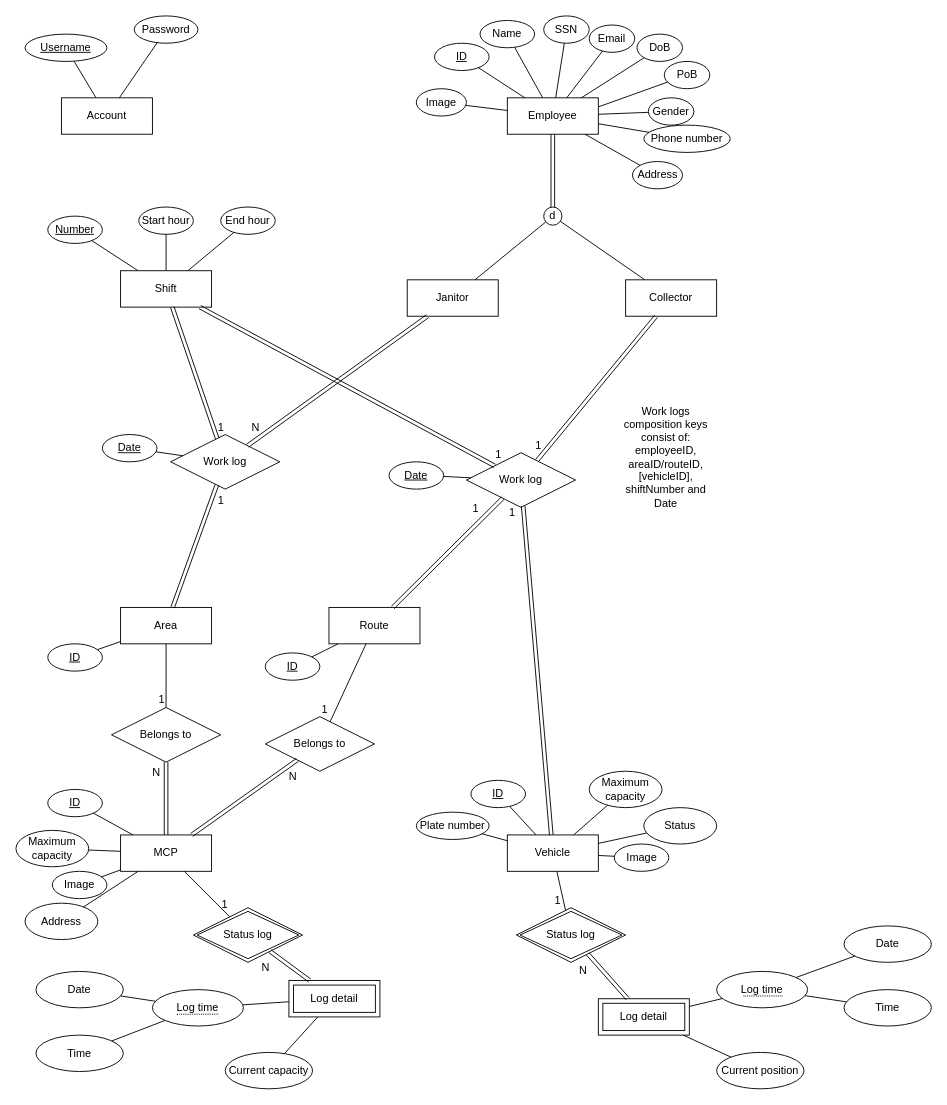
astr0tas/A-simple-chat-web-application keeps this draw.io diagram as ERD.drawio. Above is the earlier version. Source tidied: cells renumbered, new cells numbered last; positions are measured from the earlier drawing's top-left corner, leaving out a move shared by most shapes. Both pictures are drawn from the tidied source at 91%, with x=0, y=0 at pixel (15, 15).
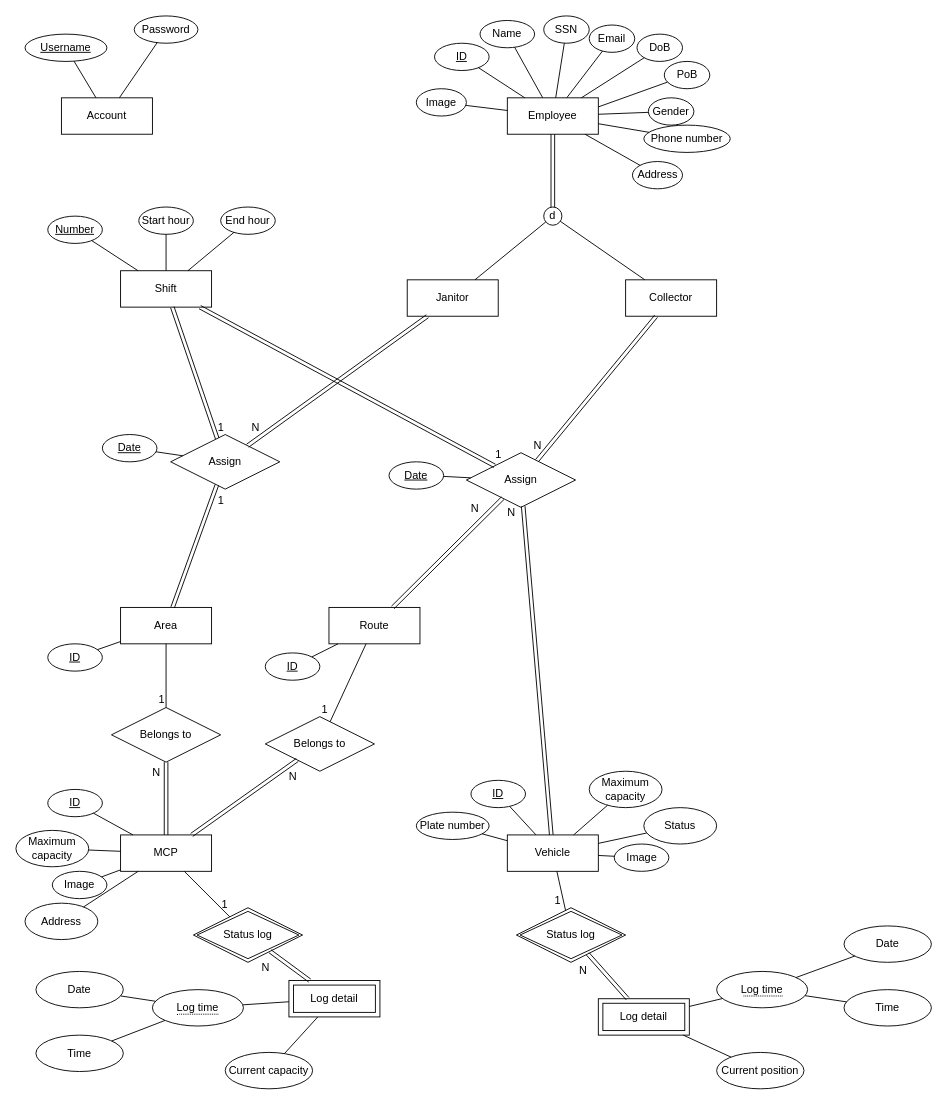
After the change.

The change refers to these unchanged cells:
```xml
<mxCell id="83" style="shape=link;html=1;rounded=0;" parent="1" edge="1" source="9" target="69">
  <mxGeometry relative="1" as="geometry" />
</mxCell>
<mxCell id="87" style="shape=link;html=1;rounded=0;" parent="1" edge="1" source="51" target="69">
  <mxGeometry relative="1" as="geometry" />
</mxCell>
<mxCell id="96" style="shape=link;html=1;rounded=0;" parent="1" edge="1" source="33" target="69">
  <mxGeometry relative="1" as="geometry" />
</mxCell>
```

Diff of the diagram source:
```diff
@@
-    <mxCell id="68" value="Work log" style="shape=rhombus;perimeter=rhombusPerimeter;whiteSpace=wrap;html=1;align=center;" parent="1" vertex="1">
+    <mxCell id="68" value="Assign" style="shape=rhombus;perimeter=rhombusPerimeter;whiteSpace=wrap;html=1;align=center;" parent="1" vertex="1">
       <mxGeometry x="170" y="460" width="120" height="60" as="geometry" />
     </mxCell>
-    <mxCell id="69" value="Work log" style="shape=rhombus;perimeter=rhombusPerimeter;whiteSpace=wrap;html=1;align=center;" parent="1" vertex="1">
+    <mxCell id="69" value="Assign" style="shape=rhombus;perimeter=rhombusPerimeter;whiteSpace=wrap;html=1;align=center;" parent="1" vertex="1">
       <mxGeometry x="495" y="480" width="120" height="60" as="geometry" />
     </mxCell>
@@
-    <mxCell id="84" value="1" style="html=1;whiteSpace=wrap;align=right;verticalAlign=bottom;" parent="83" vertex="1">
+    <mxCell id="84" value="N" style="html=1;whiteSpace=wrap;align=right;verticalAlign=bottom;" parent="83" vertex="1">
       <mxGeometry x="1" relative="1" as="geometry">
         <mxPoint x="7" y="-9" as="offset" />
       </mxGeometry>
     </mxCell>
@@
-    <mxCell id="88" value="1" style="html=1;whiteSpace=wrap;align=right;verticalAlign=bottom;" parent="87" vertex="1">
+    <mxCell id="88" value="N" style="html=1;whiteSpace=wrap;align=right;verticalAlign=bottom;" parent="87" vertex="1">
       <mxGeometry x="1" relative="1" as="geometry">
         <mxPoint x="-25" y="20" as="offset" />
       </mxGeometry>
     </mxCell>
@@
-    <mxCell id="95" value="Work logs composition keys consist of: employeeID, areaID/routeID,[vehicleID], shiftNumber and Date" style="text;html=1;strokeColor=none;fillColor=none;align=center;verticalAlign=middle;whiteSpace=wrap;rounded=0;" parent="1" vertex="1">
-      <mxGeometry x="657.5" y="470" width="112.5" height="30" as="geometry" />
-    </mxCell>
@@
-    <mxCell id="97" value="1" style="html=1;whiteSpace=wrap;align=right;verticalAlign=bottom;" parent="96" vertex="1">
+    <mxCell id="97" value="N" style="html=1;whiteSpace=wrap;align=right;verticalAlign=bottom;" parent="96" vertex="1">
       <mxGeometry x="1" relative="1" as="geometry">
         <mxPoint x="-7" y="16" as="offset" />
       </mxGeometry>
     </mxCell>
```
